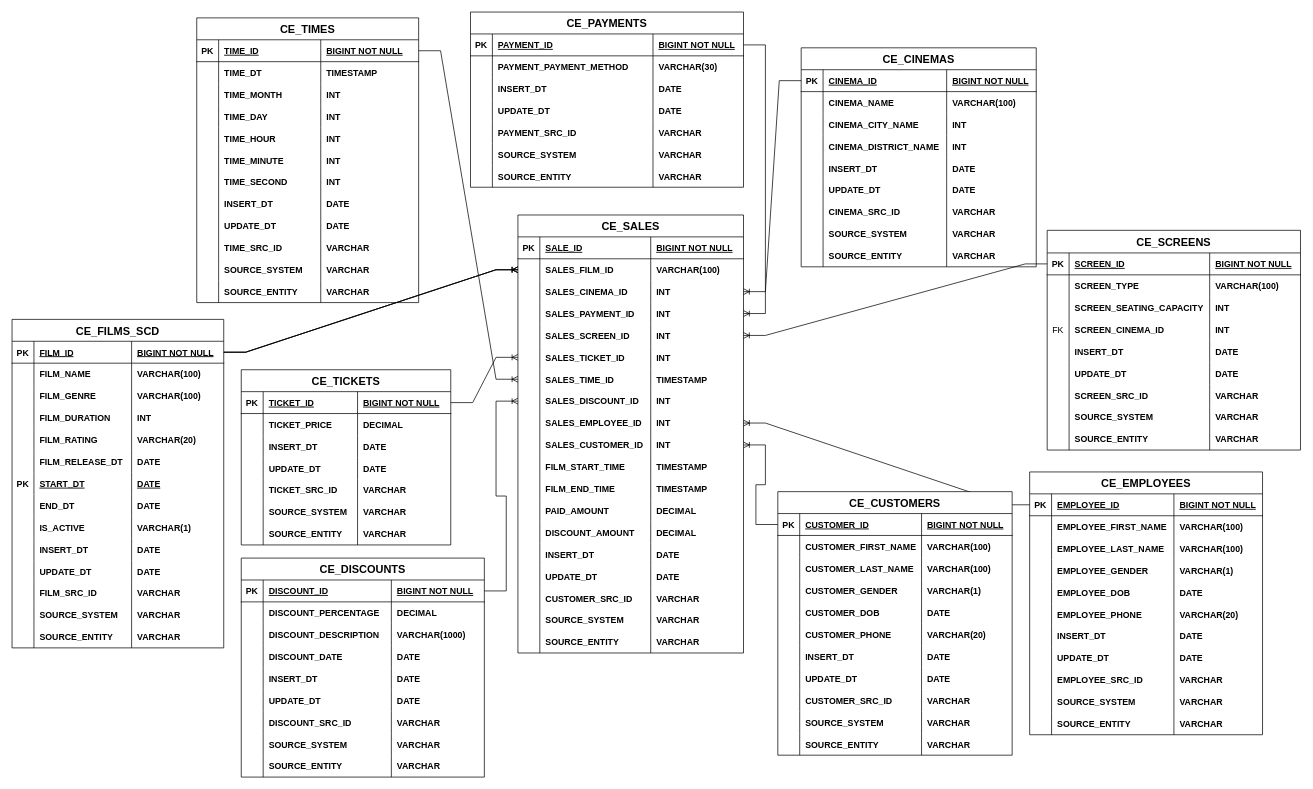
Earlier version of the draw.io diagram ticket_sales_star_schema.drawio (GiorgiEz/DB-modeling). Source tidied: cells renumbered, new cells numbered last; positions are measured from the earlier drawing's top-left corner, leaving out a move shared by most shapes. Both pictures are drawn from the tidied source at 73%, with x=0, y=0 at pixel (12, 12).
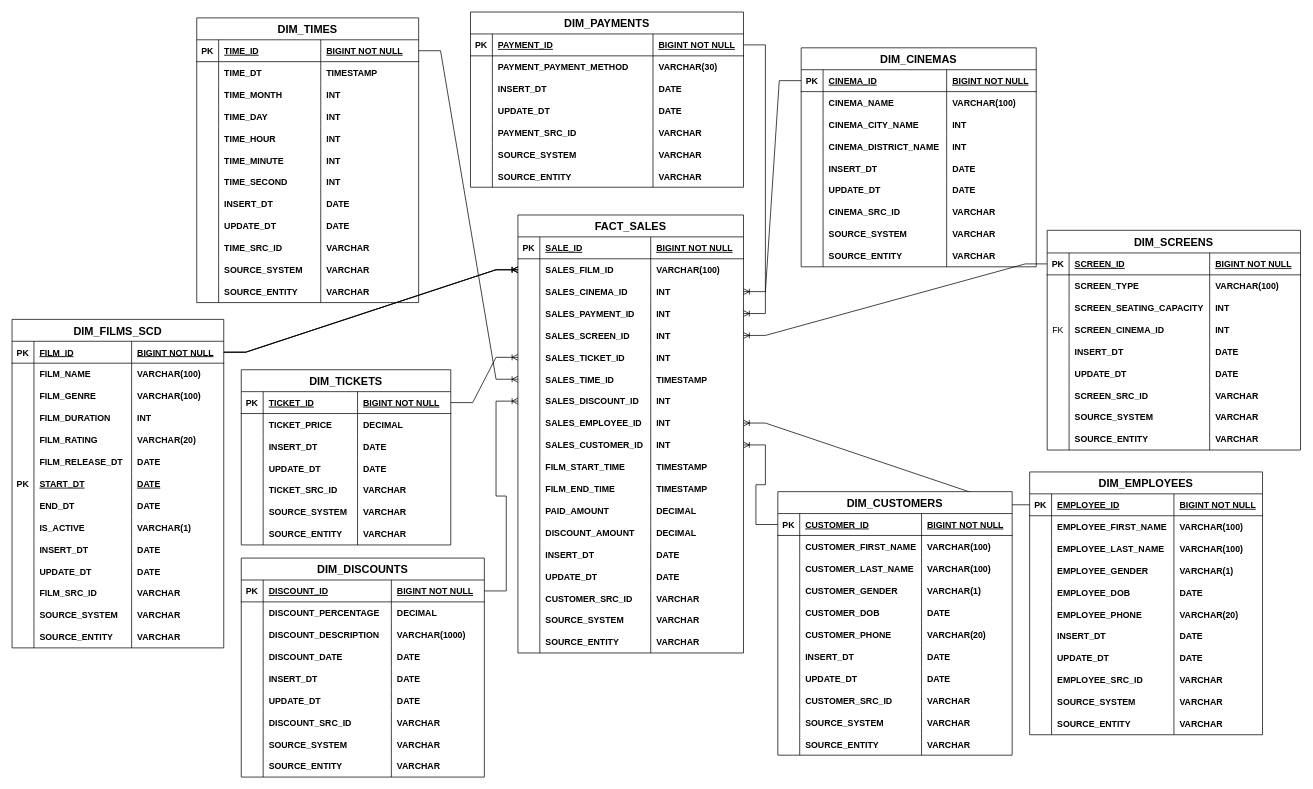
After the change.

Diff of the diagram source:
```diff
@@
-    <mxCell id="2" value="CE_FILMS_SCD" style="shape=table;startSize=30;childLayout=tableLayout;rowLines=0;fontStyle=1;align=center;fontSize=15;" parent="1" vertex="1">
+    <mxCell id="2" value="DIM_FILMS_SCD" style="shape=table;startSize=30;childLayout=tableLayout;rowLines=0;fontStyle=1;align=center;fontSize=15;" parent="1" vertex="1">
       <mxGeometry y="421" width="290" height="450" as="geometry" />
     </mxCell>
@@
-    <mxCell id="59" value="CE_CINEMAS" style="shape=table;startSize=30;childLayout=tableLayout;rowLines=0;fontStyle=1;align=center;fontSize=15;" parent="1" vertex="1">
+    <mxCell id="59" value="DIM_CINEMAS" style="shape=table;startSize=30;childLayout=tableLayout;rowLines=0;fontStyle=1;align=center;fontSize=15;" parent="1" vertex="1">
       <mxGeometry x="1081" y="49" width="322" height="300" as="geometry" />
     </mxCell>
@@
-    <mxCell id="96" value="CE_TIMES" style="shape=table;startSize=30;childLayout=tableLayout;rowLines=0;fontStyle=1;align=center;fontSize=15;" parent="1" vertex="1">
+    <mxCell id="96" value="DIM_TIMES" style="shape=table;startSize=30;childLayout=tableLayout;rowLines=0;fontStyle=1;align=center;fontSize=15;" parent="1" vertex="1">
       <mxGeometry x="253" y="8" width="304" height="390" as="geometry" />
     </mxCell>
@@
-    <mxCell id="145" value="CE_SCREENS" style="shape=table;startSize=31;childLayout=tableLayout;rowLines=0;fontStyle=1;align=center;fontSize=15;" parent="1" vertex="1">
+    <mxCell id="145" value="DIM_SCREENS" style="shape=table;startSize=31;childLayout=tableLayout;rowLines=0;fontStyle=1;align=center;fontSize=15;" parent="1" vertex="1">
       <mxGeometry x="1418" y="299" width="347" height="301" as="geometry" />
     </mxCell>
@@
-    <mxCell id="182" value="CE_DISCOUNTS" style="shape=table;startSize=30;childLayout=tableLayout;rowLines=0;fontStyle=1;align=center;fontSize=15;" parent="1" vertex="1">
+    <mxCell id="182" value="DIM_DISCOUNTS" style="shape=table;startSize=30;childLayout=tableLayout;rowLines=0;fontStyle=1;align=center;fontSize=15;" parent="1" vertex="1">
       <mxGeometry x="314" y="748" width="333" height="300" as="geometry" />
     </mxCell>
@@
-    <mxCell id="219" value="CE_TICKETS" style="shape=table;startSize=30;childLayout=tableLayout;rowLines=0;fontStyle=1;align=center;fontSize=15;" parent="1" vertex="1">
+    <mxCell id="219" value="DIM_TICKETS" style="shape=table;startSize=30;childLayout=tableLayout;rowLines=0;fontStyle=1;align=center;fontSize=15;" parent="1" vertex="1">
       <mxGeometry x="314" y="490" width="287" height="240" as="geometry" />
     </mxCell>
@@
-    <mxCell id="248" value="CE_PAYMENTS" style="shape=table;startSize=30;childLayout=tableLayout;rowLines=0;fontStyle=1;align=center;fontSize=15;" parent="1" vertex="1">
+    <mxCell id="248" value="DIM_PAYMENTS" style="shape=table;startSize=30;childLayout=tableLayout;rowLines=0;fontStyle=1;align=center;fontSize=15;" parent="1" vertex="1">
       <mxGeometry x="628" width="374" height="240" as="geometry" />
     </mxCell>
@@
-    <mxCell id="277" value="CE_EMPLOYEES" style="shape=table;startSize=30;childLayout=tableLayout;rowLines=0;fontStyle=1;align=center;fontSize=15;" parent="1" vertex="1">
+    <mxCell id="277" value="DIM_EMPLOYEES" style="shape=table;startSize=30;childLayout=tableLayout;rowLines=0;fontStyle=1;align=center;fontSize=15;" parent="1" vertex="1">
       <mxGeometry x="1394" y="630" width="319" height="360" as="geometry" />
     </mxCell>
@@
-    <mxCell id="322" value="CE_SALES" style="shape=table;startSize=30;childLayout=tableLayout;rowLines=0;fontStyle=1;align=center;fontSize=15;" parent="1" vertex="1">
+    <mxCell id="322" value="FACT_SALES" style="shape=table;startSize=30;childLayout=tableLayout;rowLines=0;fontStyle=1;align=center;fontSize=15;" parent="1" vertex="1">
       <mxGeometry x="693" y="278" width="309" height="600" as="geometry" />
     </mxCell>
@@
-    <mxCell id="410" value="CE_CUSTOMERS" style="shape=table;startSize=30;childLayout=tableLayout;rowLines=0;fontStyle=1;align=center;fontSize=15;" parent="1" vertex="1">
+    <mxCell id="410" value="DIM_CUSTOMERS" style="shape=table;startSize=30;childLayout=tableLayout;rowLines=0;fontStyle=1;align=center;fontSize=15;" parent="1" vertex="1">
       <mxGeometry x="1049" y="657" width="321" height="361" as="geometry" />
     </mxCell>
```
